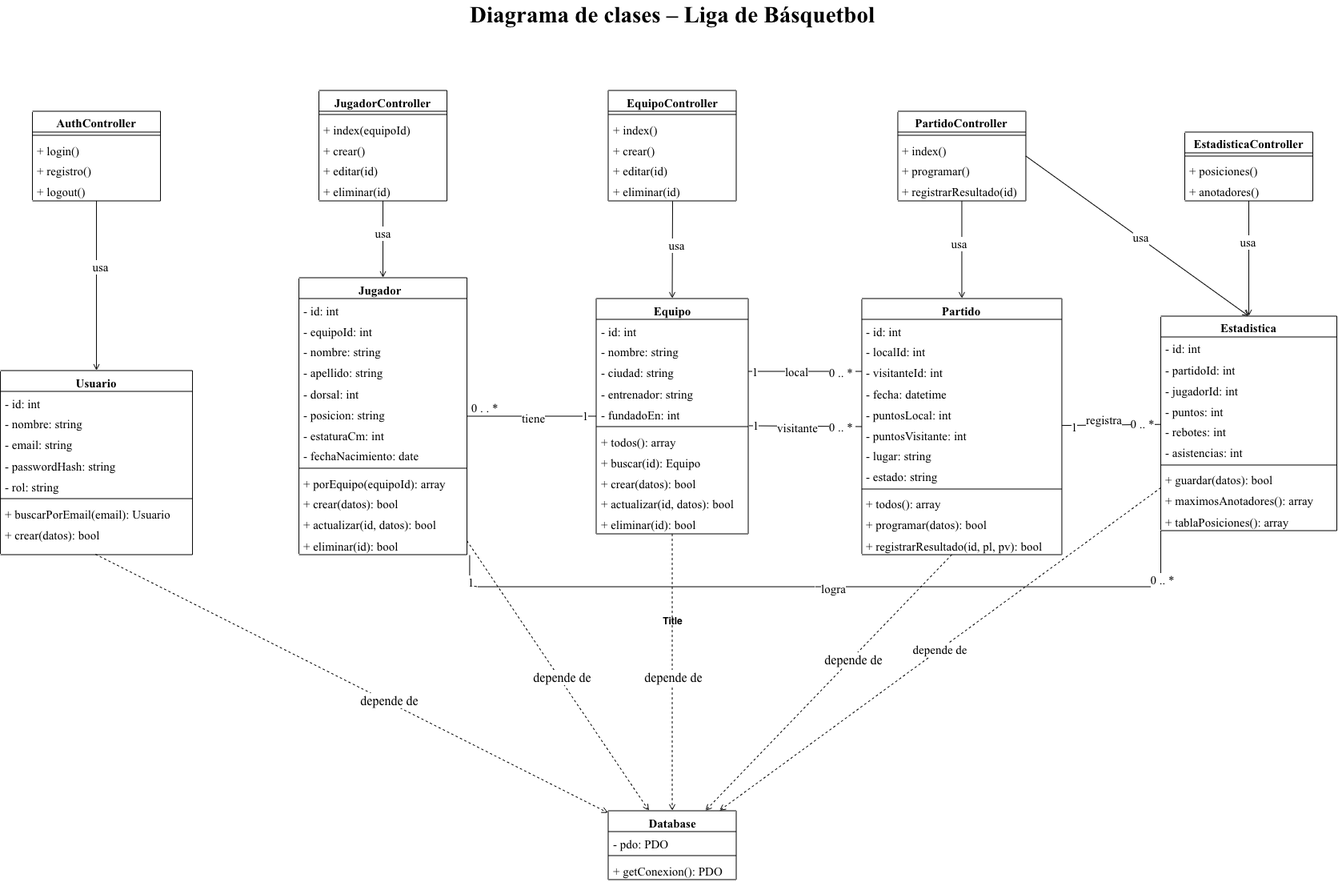
Earlier version of the draw.io export doc/diagramas/05_diagrama_clases.drawio.png (202312505e-sys/liga-basquetball). Source tidied: cells renumbered, new cells last; positions are measured from the earlier drawing's top-left corner, leaving out a move shared by most shapes.
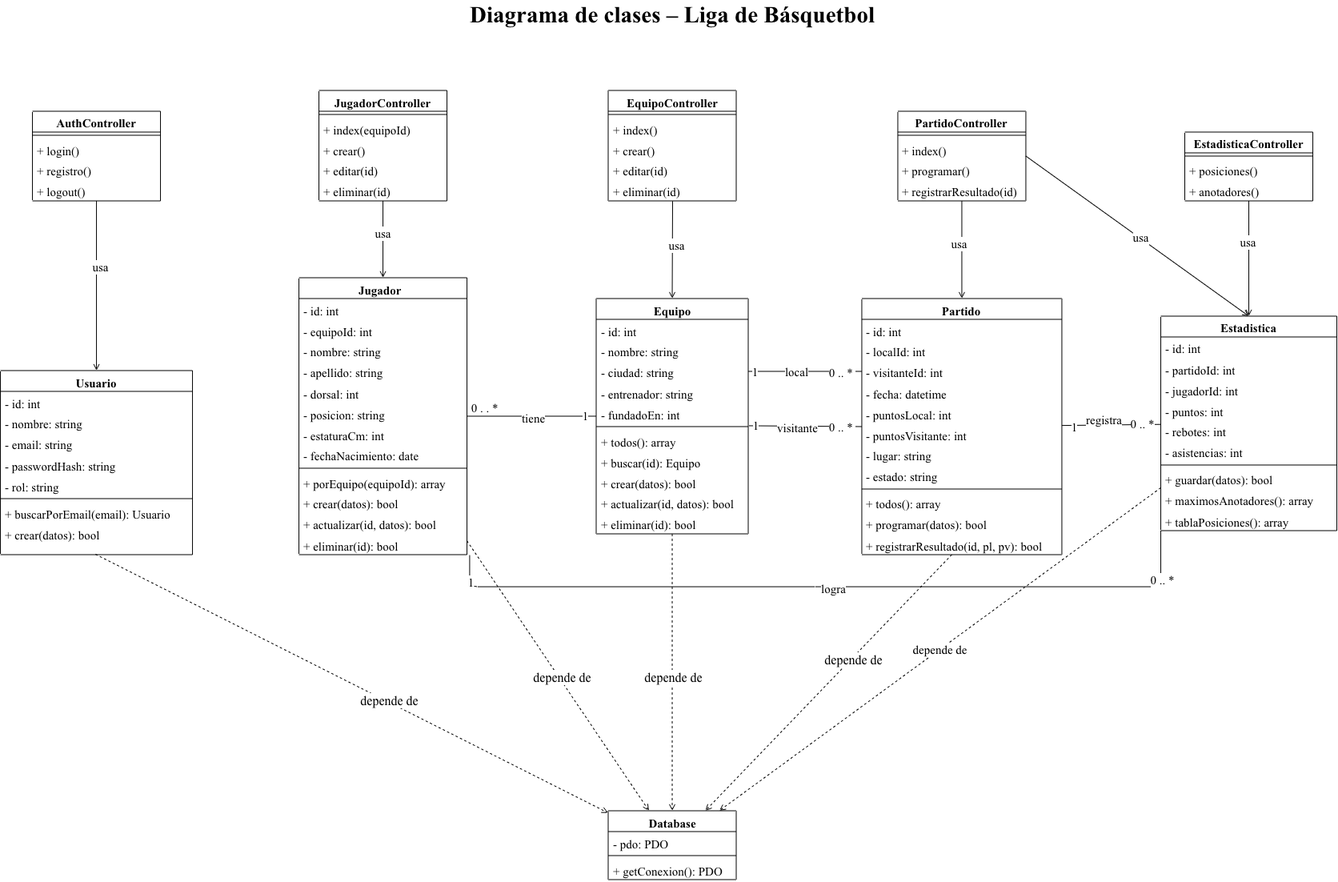
Above is the later version.

Commit message:
Elimina texto sobrante del diagrama de clases

The edit, as a diff of the source:
```diff
@@ -411,9 +411,6 @@
     <mxCell id="131" value="0 .. *" style="edgeLabel;html=1;align=center;verticalAlign=middle;fontFamily=Times New Roman;fontSize=15;" parent="128" vertex="1">
       <mxGeometry x="0.88" y="-1" relative="1" as="geometry" />
     </mxCell>
-    <mxCell id="132" value="Title" style="text;align=center;fontStyle=1;verticalAlign=middle;spacingLeft=3;spacingRight=3;strokeColor=none;html=1;" parent="1" vertex="1">
-      <mxGeometry x="800" y="760" width="80" height="26" as="geometry" />
-    </mxCell>
     <mxCell id="133" value="&lt;span style=&quot;caret-color: rgb(0, 0, 0); color: rgb(0, 0, 0); text-align: start;&quot;&gt;&lt;b style=&quot;&quot;&gt;&lt;font face=&quot;Times New Roman&quot; style=&quot;font-size: 29px;&quot;&gt;Diagrama de clases – Liga de Básquetbol&lt;/font&gt;&lt;/b&gt;&lt;/span&gt;" style="text;html=1;whiteSpace=wrap;strokeColor=none;fillColor=none;align=center;verticalAlign=middle;rounded=0;" parent="1" vertex="1">
       <mxGeometry x="525" width="630" height="30" as="geometry" />
     </mxCell>
```
